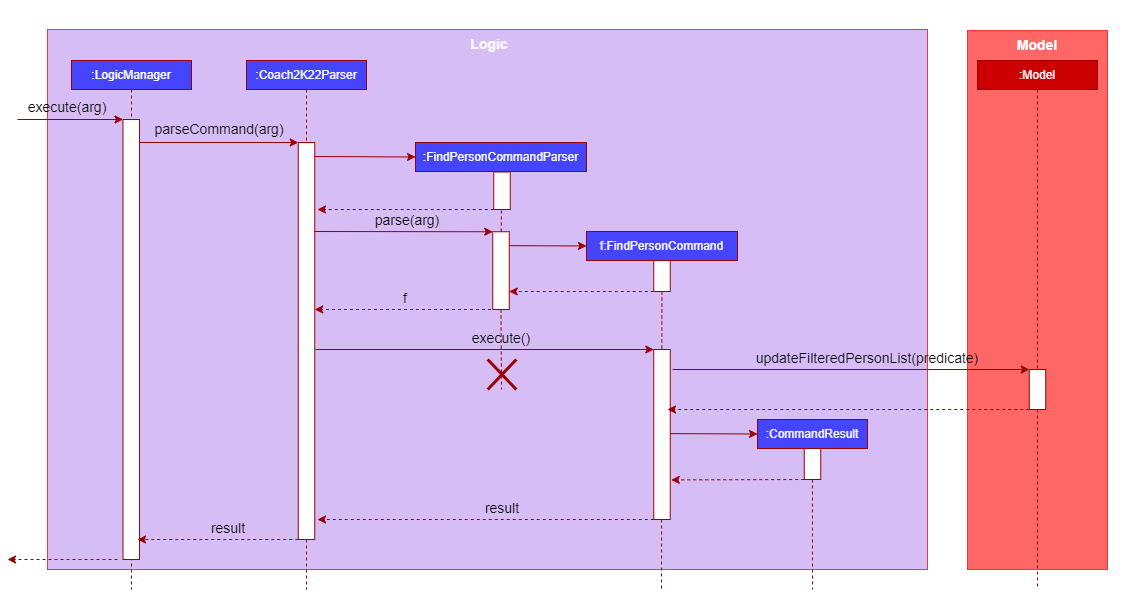
Above: docs/images/FindPersonSequenceDiagram.png in simjunheng/tp (draw.io), before the change. Source tidied: cells renumbered, new cells last; positions are measured from the earlier drawing's top-left corner, leaving out a move shared by most shapes. Source of this version:
```xml
<mxGraphModel>
  <root>
    <mxCell id="0" />
    <mxCell id="1" parent="0" />
    <mxCell id="2" style="rounded=0;whiteSpace=wrap;html=1;strokeColor=#FF3333;fillColor=#D7BDF5;" parent="1" vertex="1">
      <mxGeometry x="40" y="28" width="880" height="540" as="geometry" />
    </mxCell>
    <mxCell id="3" value="&lt;font color=&quot;#ffffff&quot;&gt;:LogicManager&lt;/font&gt;" style="rounded=0;whiteSpace=wrap;html=1;fillColor=#4545FF;strokeColor=#990000;" parent="1" vertex="1">
      <mxGeometry x="64" y="59" width="120" height="29" as="geometry" />
    </mxCell>
    <mxCell id="4" value="&lt;font color=&quot;#fafafa&quot;&gt;:Coach2K22Parser&lt;/font&gt;" style="rounded=0;whiteSpace=wrap;html=1;fillColor=#4545FF;strokeColor=#990000;" parent="1" vertex="1">
      <mxGeometry x="239" y="59" width="120" height="29" as="geometry" />
    </mxCell>
    <mxCell id="5" value="&lt;b&gt;&lt;font style=&quot;font-size: 14px&quot;&gt;Logic&lt;/font&gt;&lt;/b&gt;" style="text;html=1;strokeColor=none;fillColor=none;align=center;verticalAlign=middle;whiteSpace=wrap;rounded=0;fontColor=#FAFAFA;" parent="1" vertex="1">
      <mxGeometry x="451.5" y="28" width="60" height="30" as="geometry" />
    </mxCell>
    <mxCell id="6" style="endArrow=none;dashed=1;html=1;rounded=0;fontSize=14;fontColor=#FAFAFA;exitX=0.5;exitY=1;exitDx=0;exitDy=0;strokeColor=#990000;" parent="1" edge="1" source="3">
      <mxGeometry relative="1" as="geometry">
        <mxPoint x="124" y="588" as="targetPoint" />
      </mxGeometry>
    </mxCell>
    <mxCell id="7" style="rounded=0;whiteSpace=wrap;html=1;fontSize=14;fontColor=#FAFAFA;strokeColor=#990000;fillColor=#FFFFFF;" parent="1" vertex="1">
      <mxGeometry x="115.5" y="118" width="16.5" height="440" as="geometry" />
    </mxCell>
    <mxCell id="8" style="endArrow=classic;html=1;rounded=0;fontSize=14;fontColor=#FAFAFA;strokeColor=#990000;entryX=0;entryY=0;entryDx=0;entryDy=0;" parent="1" edge="1" target="7">
      <mxGeometry relative="1" as="geometry">
        <mxPoint x="10" y="118" as="sourcePoint" />
      </mxGeometry>
    </mxCell>
    <mxCell id="9" value="&lt;font color=&quot;#000000&quot;&gt;execute(arg)&lt;/font&gt;" style="text;html=1;strokeColor=none;fillColor=none;align=center;verticalAlign=middle;whiteSpace=wrap;rounded=0;fontSize=14;fontColor=#FAFAFA;" parent="1" vertex="1">
      <mxGeometry x="10" y="96" width="100" height="20" as="geometry" />
    </mxCell>
    <mxCell id="10" style="endArrow=none;dashed=1;html=1;rounded=0;fontSize=14;fontColor=#FAFAFA;exitX=0.5;exitY=1;exitDx=0;exitDy=0;strokeColor=#990000;" parent="1" edge="1" source="4">
      <mxGeometry relative="1" as="geometry">
        <mxPoint x="299" y="588" as="targetPoint" />
      </mxGeometry>
    </mxCell>
    <mxCell id="11" value="&lt;font color=&quot;#000000&quot;&gt;parseCommand(arg)&lt;/font&gt;" style="text;html=1;strokeColor=none;fillColor=none;align=center;verticalAlign=middle;whiteSpace=wrap;rounded=0;fontSize=14;fontColor=#FAFAFA;" parent="1" vertex="1">
      <mxGeometry x="137" y="117" width="150" height="22" as="geometry" />
    </mxCell>
    <mxCell id="12" style="endArrow=classic;html=1;rounded=0;fontSize=14;fontColor=#FAFAFA;strokeColor=#990000;entryX=0;entryY=0;entryDx=0;entryDy=0;" parent="1" edge="1" target="21">
      <mxGeometry relative="1" as="geometry">
        <mxPoint x="132" y="141" as="sourcePoint" />
      </mxGeometry>
    </mxCell>
    <mxCell id="13" value="&lt;font color=&quot;#fafafa&quot;&gt;:FindPersonCommandParser&lt;/font&gt;" style="rounded=0;whiteSpace=wrap;html=1;fillColor=#4545FF;strokeColor=#990000;" parent="1" vertex="1">
      <mxGeometry x="408" y="141" width="171" height="29" as="geometry" />
    </mxCell>
    <mxCell id="14" style="endArrow=classic;html=1;rounded=0;fontSize=14;fontColor=#FAFAFA;strokeColor=#990000;entryX=0;entryY=0.5;entryDx=0;entryDy=0;" parent="1" edge="1" target="13">
      <mxGeometry relative="1" as="geometry">
        <mxPoint x="307.2" y="155" as="sourcePoint" />
      </mxGeometry>
    </mxCell>
    <mxCell id="15" style="endArrow=classic;html=1;rounded=0;fontSize=14;fontColor=#FAFAFA;strokeColor=#990000;dashed=1;" parent="1" edge="1">
      <mxGeometry relative="1" as="geometry">
        <mxPoint x="486.2" y="208" as="sourcePoint" />
        <mxPoint x="310" y="208" as="targetPoint" />
      </mxGeometry>
    </mxCell>
    <mxCell id="16" style="endArrow=none;dashed=1;html=1;rounded=0;fontSize=14;fontColor=#FAFAFA;exitX=0.5;exitY=1;exitDx=0;exitDy=0;strokeColor=#990000;startArrow=none;" parent="1" edge="1" source="27">
      <mxGeometry relative="1" as="geometry">
        <mxPoint x="494" y="388" as="targetPoint" />
      </mxGeometry>
    </mxCell>
    <mxCell id="17" style="rounded=0;whiteSpace=wrap;html=1;strokeColor=#FF3333;fillColor=#FF6666;" parent="1" vertex="1">
      <mxGeometry x="960" y="29" width="140" height="539" as="geometry" />
    </mxCell>
    <mxCell id="18" value="&lt;font color=&quot;#ffffff&quot;&gt;:Model&lt;/font&gt;" style="rounded=0;whiteSpace=wrap;html=1;fillColor=#CC0000;strokeColor=#990000;" parent="1" vertex="1">
      <mxGeometry x="970" y="59" width="120" height="29" as="geometry" />
    </mxCell>
    <mxCell id="19" style="endArrow=none;dashed=1;html=1;rounded=0;fontSize=14;fontColor=#FAFAFA;strokeColor=#990000;startArrow=none;" parent="1" edge="1" source="38">
      <mxGeometry relative="1" as="geometry">
        <mxPoint x="1030" y="588" as="targetPoint" />
      </mxGeometry>
    </mxCell>
    <mxCell id="20" value="&lt;b&gt;&lt;font style=&quot;font-size: 14px&quot;&gt;Model&lt;/font&gt;&lt;/b&gt;" style="text;html=1;strokeColor=none;fillColor=none;align=center;verticalAlign=middle;whiteSpace=wrap;rounded=0;fontColor=#FAFAFA;" parent="1" vertex="1">
      <mxGeometry x="1000.2" y="29" width="60" height="30" as="geometry" />
    </mxCell>
    <mxCell id="21" style="rounded=0;whiteSpace=wrap;html=1;fontSize=14;fontColor=#FAFAFA;strokeColor=#990000;fillColor=#FFFFFF;" parent="1" vertex="1">
      <mxGeometry x="290.8" y="141" width="16.5" height="397" as="geometry" />
    </mxCell>
    <mxCell id="22" style="endArrow=classic;html=1;rounded=0;fontSize=14;fontColor=#FAFAFA;strokeColor=#990000;dashed=1;exitX=0;exitY=1;exitDx=0;exitDy=0;" parent="1" edge="1">
      <mxGeometry relative="1" as="geometry">
        <mxPoint x="110" y="558" as="sourcePoint" />
        <mxPoint y="558" as="targetPoint" />
      </mxGeometry>
    </mxCell>
    <mxCell id="23" value="&lt;font color=&quot;#000000&quot;&gt;parse(arg)&lt;/font&gt;" style="text;html=1;strokeColor=none;fillColor=none;align=center;verticalAlign=middle;whiteSpace=wrap;rounded=0;fontSize=14;fontColor=#FAFAFA;" parent="1" vertex="1">
      <mxGeometry x="330" y="208" width="140" height="22" as="geometry" />
    </mxCell>
    <mxCell id="24" value="&lt;font color=&quot;#fafafa&quot;&gt;f:FindPersonCommand&lt;/font&gt;" style="rounded=0;whiteSpace=wrap;html=1;fillColor=#4545FF;strokeColor=#990000;" parent="1" vertex="1">
      <mxGeometry x="579" y="230" width="151" height="29" as="geometry" />
    </mxCell>
    <mxCell id="25" style="rounded=0;whiteSpace=wrap;html=1;fontSize=14;fontColor=#FAFAFA;strokeColor=#990000;fillColor=#FFFFFF;" parent="1" vertex="1">
      <mxGeometry x="646.2" y="259" width="16.5" height="31" as="geometry" />
    </mxCell>
    <mxCell id="26" style="endArrow=classic;html=1;rounded=0;fontSize=14;fontColor=#FAFAFA;strokeColor=#990000;entryX=0;entryY=0.5;entryDx=0;entryDy=0;" parent="1" edge="1" target="24">
      <mxGeometry relative="1" as="geometry">
        <mxPoint x="501.8" y="244.1" as="sourcePoint" />
      </mxGeometry>
    </mxCell>
    <mxCell id="27" style="rounded=0;whiteSpace=wrap;html=1;fontSize=14;fontColor=#FAFAFA;strokeColor=#990000;fillColor=#FFFFFF;" parent="1" vertex="1">
      <mxGeometry x="485.2" y="230.2" width="16.5" height="77.8" as="geometry" />
    </mxCell>
    <mxCell id="28" style="endArrow=none;dashed=1;html=1;rounded=0;fontSize=14;fontColor=#FAFAFA;exitX=0.5;exitY=1;exitDx=0;exitDy=0;strokeColor=#990000;" parent="1" edge="1" target="27">
      <mxGeometry relative="1" as="geometry">
        <mxPoint x="494" y="197" as="sourcePoint" />
      </mxGeometry>
    </mxCell>
    <mxCell id="29" style="endArrow=classic;html=1;rounded=0;fontSize=14;fontColor=#FAFAFA;strokeColor=#990000;entryX=0;entryY=0;entryDx=0;entryDy=0;" parent="1" edge="1" target="27">
      <mxGeometry relative="1" as="geometry">
        <mxPoint x="307" y="230" as="sourcePoint" />
      </mxGeometry>
    </mxCell>
    <mxCell id="30" style="rounded=0;whiteSpace=wrap;html=1;fontSize=14;fontColor=#FAFAFA;strokeColor=#990000;fillColor=#FFFFFF;" parent="1" vertex="1">
      <mxGeometry x="486.2" y="170.5" width="16.5" height="37.5" as="geometry" />
    </mxCell>
    <mxCell id="31" style="endArrow=classic;html=1;rounded=0;fontSize=14;fontColor=#FAFAFA;strokeColor=#990000;dashed=1;" parent="1" edge="1">
      <mxGeometry relative="1" as="geometry">
        <mxPoint x="483.5" y="308" as="sourcePoint" />
        <mxPoint x="307.2" y="308" as="targetPoint" />
      </mxGeometry>
    </mxCell>
    <mxCell id="32" style="endArrow=classic;html=1;rounded=0;fontSize=14;fontColor=#FAFAFA;strokeColor=#990000;dashed=1;exitX=0;exitY=1;exitDx=0;exitDy=0;" parent="1" edge="1" source="25">
      <mxGeometry relative="1" as="geometry">
        <mxPoint x="501.8" y="290" as="targetPoint" />
      </mxGeometry>
    </mxCell>
    <mxCell id="33" value="&lt;font color=&quot;#000000&quot;&gt;f&lt;/font&gt;" style="text;html=1;strokeColor=none;fillColor=none;align=center;verticalAlign=middle;whiteSpace=wrap;rounded=0;fontSize=14;fontColor=#FAFAFA;" parent="1" vertex="1">
      <mxGeometry x="388" y="286" width="20" height="22" as="geometry" />
    </mxCell>
    <mxCell id="34" style="endArrow=none;dashed=1;html=1;rounded=0;fontSize=14;fontColor=#FAFAFA;exitX=0.5;exitY=1;exitDx=0;exitDy=0;strokeColor=#990000;" parent="1" edge="1">
      <mxGeometry relative="1" as="geometry">
        <mxPoint x="654.4" y="290" as="sourcePoint" />
        <mxPoint x="654" y="588" as="targetPoint" />
      </mxGeometry>
    </mxCell>
    <mxCell id="35" style="rounded=0;whiteSpace=wrap;html=1;fontSize=14;fontColor=#FAFAFA;strokeColor=#990000;fillColor=#FFFFFF;" parent="1" vertex="1">
      <mxGeometry x="646.2" y="348" width="16.5" height="170" as="geometry" />
    </mxCell>
    <mxCell id="36" style="endArrow=classic;html=1;rounded=0;fontSize=14;fontColor=#FAFAFA;strokeColor=#990000;entryX=0;entryY=0;entryDx=0;entryDy=0;" parent="1" edge="1" target="35">
      <mxGeometry relative="1" as="geometry">
        <mxPoint x="308" y="348" as="sourcePoint" />
      </mxGeometry>
    </mxCell>
    <mxCell id="37" value="&lt;font color=&quot;#000000&quot;&gt;execute()&lt;/font&gt;" style="text;html=1;strokeColor=none;fillColor=none;align=center;verticalAlign=middle;whiteSpace=wrap;rounded=0;fontSize=14;fontColor=#FAFAFA;" parent="1" vertex="1">
      <mxGeometry x="423.5" y="326" width="140" height="22" as="geometry" />
    </mxCell>
    <mxCell id="38" style="rounded=0;whiteSpace=wrap;html=1;fontSize=14;fontColor=#FAFAFA;strokeColor=#990000;fillColor=#FFFFFF;" parent="1" vertex="1">
      <mxGeometry x="1021.8" y="368" width="16.5" height="40" as="geometry" />
    </mxCell>
    <mxCell id="39" style="endArrow=none;dashed=1;html=1;rounded=0;fontSize=14;fontColor=#FAFAFA;strokeColor=#990000;" parent="1" edge="1" target="38">
      <mxGeometry relative="1" as="geometry">
        <mxPoint x="1030" y="88" as="sourcePoint" />
      </mxGeometry>
    </mxCell>
    <mxCell id="40" style="endArrow=classic;html=1;rounded=0;fontSize=14;fontColor=#FAFAFA;strokeColor=#990000;" parent="1" edge="1">
      <mxGeometry relative="1" as="geometry">
        <mxPoint x="665" y="368" as="sourcePoint" />
        <mxPoint x="1021.8" y="368" as="targetPoint" />
      </mxGeometry>
    </mxCell>
    <mxCell id="41" value="&lt;font color=&quot;#000000&quot;&gt;updateFilteredPersonList(predicate)&lt;/font&gt;" style="text;html=1;strokeColor=none;fillColor=none;align=center;verticalAlign=middle;whiteSpace=wrap;rounded=0;fontSize=14;fontColor=#FAFAFA;" parent="1" vertex="1">
      <mxGeometry x="730" y="346" width="260" height="22" as="geometry" />
    </mxCell>
    <mxCell id="42" style="endArrow=classic;html=1;rounded=0;fontSize=14;fontColor=#FAFAFA;strokeColor=#990000;dashed=1;exitX=0;exitY=1;exitDx=0;exitDy=0;" parent="1" edge="1">
      <mxGeometry relative="1" as="geometry">
        <mxPoint x="1021.8" y="408" as="sourcePoint" />
        <mxPoint x="660" y="408" as="targetPoint" />
      </mxGeometry>
    </mxCell>
    <mxCell id="43" value="&lt;font color=&quot;#fafafa&quot;&gt;:CommandResult&lt;/font&gt;" style="rounded=0;whiteSpace=wrap;html=1;fillColor=#4545FF;strokeColor=#990000;" parent="1" vertex="1">
      <mxGeometry x="750" y="418" width="110" height="29" as="geometry" />
    </mxCell>
    <mxCell id="44" style="rounded=0;whiteSpace=wrap;html=1;fontSize=14;fontColor=#FAFAFA;strokeColor=#990000;fillColor=#FFFFFF;" parent="1" vertex="1">
      <mxGeometry x="796.8" y="447" width="16.5" height="31" as="geometry" />
    </mxCell>
    <mxCell id="45" style="endArrow=classic;html=1;rounded=0;fontSize=14;fontColor=#FAFAFA;strokeColor=#990000;entryX=0;entryY=0.5;entryDx=0;entryDy=0;" parent="1" edge="1" target="43">
      <mxGeometry relative="1" as="geometry">
        <mxPoint x="662.8" y="432.1" as="sourcePoint" />
      </mxGeometry>
    </mxCell>
    <mxCell id="46" style="endArrow=classic;html=1;rounded=0;fontSize=14;fontColor=#FAFAFA;strokeColor=#990000;dashed=1;exitX=0;exitY=1;exitDx=0;exitDy=0;entryX=1.061;entryY=0.767;entryDx=0;entryDy=0;entryPerimeter=0;" parent="1" edge="1" source="44" target="35">
      <mxGeometry relative="1" as="geometry" />
    </mxCell>
    <mxCell id="47" style="endArrow=classic;html=1;rounded=0;fontSize=14;fontColor=#FAFAFA;strokeColor=#990000;dashed=1;exitX=0;exitY=1;exitDx=0;exitDy=0;" parent="1" edge="1">
      <mxGeometry relative="1" as="geometry">
        <mxPoint x="646.2" y="518" as="sourcePoint" />
        <mxPoint x="310" y="518" as="targetPoint" />
      </mxGeometry>
    </mxCell>
    <mxCell id="48" value="&lt;font color=&quot;#000000&quot;&gt;result&lt;/font&gt;" style="text;html=1;strokeColor=none;fillColor=none;align=center;verticalAlign=middle;whiteSpace=wrap;rounded=0;fontSize=14;fontColor=#FAFAFA;" parent="1" vertex="1">
      <mxGeometry x="424.5" y="496" width="140" height="22" as="geometry" />
    </mxCell>
    <mxCell id="49" style="endArrow=none;html=1;rounded=0;fontSize=14;fontColor=#000000;strokeColor=#990000;strokeWidth=3;" parent="1" edge="1">
      <mxGeometry relative="1" as="geometry">
        <mxPoint x="480.2" y="388" as="sourcePoint" />
        <mxPoint x="508.8" y="358" as="targetPoint" />
      </mxGeometry>
    </mxCell>
    <mxCell id="50" style="endArrow=none;html=1;rounded=0;fontSize=14;fontColor=#000000;strokeColor=#990000;strokeWidth=3;" parent="1" edge="1">
      <mxGeometry relative="1" as="geometry">
        <mxPoint x="480.2" y="358" as="sourcePoint" />
        <mxPoint x="508.8" y="388" as="targetPoint" />
      </mxGeometry>
    </mxCell>
    <mxCell id="51" style="endArrow=classic;html=1;rounded=0;fontSize=14;fontColor=#FAFAFA;strokeColor=#990000;dashed=1;exitX=0;exitY=1;exitDx=0;exitDy=0;" parent="1" edge="1">
      <mxGeometry relative="1" as="geometry">
        <mxPoint x="290.8" y="538" as="sourcePoint" />
        <mxPoint x="130" y="538" as="targetPoint" />
      </mxGeometry>
    </mxCell>
    <mxCell id="52" value="&lt;font color=&quot;#000000&quot;&gt;result&lt;/font&gt;" style="text;html=1;strokeColor=none;fillColor=none;align=center;verticalAlign=middle;whiteSpace=wrap;rounded=0;fontSize=14;fontColor=#FAFAFA;" parent="1" vertex="1">
      <mxGeometry x="150.8" y="516" width="140" height="22" as="geometry" />
    </mxCell>
    <mxCell id="53" style="endArrow=none;dashed=1;html=1;dashPattern=1 3;strokeWidth=2;rounded=0;fontSize=14;fontColor=#000000;" parent="1" edge="1">
      <mxGeometry relative="1" as="geometry">
        <mxPoint x="1130" y="408" as="sourcePoint" />
        <mxPoint x="1130" y="408" as="targetPoint" />
        <Array as="points">
          <mxPoint x="1130" y="408" />
        </Array>
      </mxGeometry>
    </mxCell>
    <mxCell id="54" style="endArrow=none;dashed=1;html=1;dashPattern=1 3;strokeWidth=2;rounded=0;fontSize=14;fontColor=#000000;" parent="1" edge="1">
      <mxGeometry relative="1" as="geometry">
        <mxPoint x="680" as="sourcePoint" />
        <mxPoint x="680" as="targetPoint" />
      </mxGeometry>
    </mxCell>
    <mxCell id="55" style="endArrow=none;dashed=1;html=1;rounded=0;fontSize=14;fontColor=#FAFAFA;exitX=0.5;exitY=1;exitDx=0;exitDy=0;strokeColor=#990000;" parent="1" edge="1">
      <mxGeometry relative="1" as="geometry">
        <mxPoint x="804.9" y="478" as="sourcePoint" />
        <mxPoint x="805" y="588" as="targetPoint" />
      </mxGeometry>
    </mxCell>
  </root>
</mxGraphModel>
```
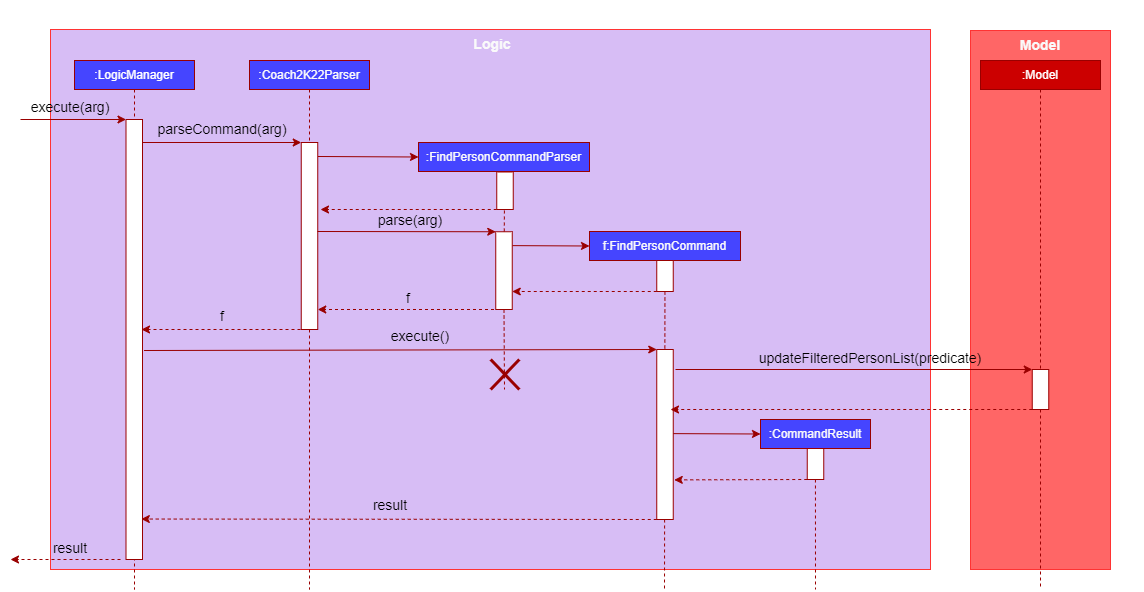
After the change.

Commit message:
Update find person sequence diagram

What changed in the source:
```diff
@@ -77,7 +77,7 @@
       <mxGeometry x="1000.2" y="29" width="60" height="30" as="geometry" />
     </mxCell>
     <mxCell id="21" style="rounded=0;whiteSpace=wrap;html=1;fontSize=14;fontColor=#FAFAFA;strokeColor=#990000;fillColor=#FFFFFF;" parent="1" vertex="1">
-      <mxGeometry x="290.8" y="141" width="16.5" height="397" as="geometry" />
+      <mxGeometry x="290.8" y="141" width="16.5" height="187" as="geometry" />
     </mxCell>
     <mxCell id="22" style="endArrow=classic;html=1;rounded=0;fontSize=14;fontColor=#FAFAFA;strokeColor=#990000;dashed=1;exitX=0;exitY=1;exitDx=0;exitDy=0;" parent="1" edge="1">
       <mxGeometry relative="1" as="geometry">
@@ -138,13 +138,11 @@
     <mxCell id="35" style="rounded=0;whiteSpace=wrap;html=1;fontSize=14;fontColor=#FAFAFA;strokeColor=#990000;fillColor=#FFFFFF;" parent="1" vertex="1">
       <mxGeometry x="646.2" y="348" width="16.5" height="170" as="geometry" />
     </mxCell>
-    <mxCell id="36" style="endArrow=classic;html=1;rounded=0;fontSize=14;fontColor=#FAFAFA;strokeColor=#990000;entryX=0;entryY=0;entryDx=0;entryDy=0;" parent="1" edge="1" target="35">
-      <mxGeometry relative="1" as="geometry">
-        <mxPoint x="308" y="348" as="sourcePoint" />
-      </mxGeometry>
+    <mxCell id="36" style="endArrow=classic;html=1;rounded=0;fontSize=14;fontColor=#FAFAFA;strokeColor=#990000;entryX=0;entryY=0;entryDx=0;entryDy=0;exitX=1.093;exitY=0.525;exitDx=0;exitDy=0;exitPerimeter=0;" parent="1" edge="1" source="7" target="35">
+      <mxGeometry relative="1" as="geometry" />
     </mxCell>
     <mxCell id="37" value="&lt;font color=&quot;#000000&quot;&gt;execute()&lt;/font&gt;" style="text;html=1;strokeColor=none;fillColor=none;align=center;verticalAlign=middle;whiteSpace=wrap;rounded=0;fontSize=14;fontColor=#FAFAFA;" parent="1" vertex="1">
-      <mxGeometry x="423.5" y="326" width="140" height="22" as="geometry" />
+      <mxGeometry x="340" y="324" width="140" height="22" as="geometry" />
     </mxCell>
     <mxCell id="38" style="rounded=0;whiteSpace=wrap;html=1;fontSize=14;fontColor=#FAFAFA;strokeColor=#990000;fillColor=#FFFFFF;" parent="1" vertex="1">
       <mxGeometry x="1021.8" y="368" width="16.5" height="40" as="geometry" />
@@ -183,14 +181,13 @@
     <mxCell id="46" style="endArrow=classic;html=1;rounded=0;fontSize=14;fontColor=#FAFAFA;strokeColor=#990000;dashed=1;exitX=0;exitY=1;exitDx=0;exitDy=0;entryX=1.061;entryY=0.767;entryDx=0;entryDy=0;entryPerimeter=0;" parent="1" edge="1" source="44" target="35">
       <mxGeometry relative="1" as="geometry" />
     </mxCell>
-    <mxCell id="47" style="endArrow=classic;html=1;rounded=0;fontSize=14;fontColor=#FAFAFA;strokeColor=#990000;dashed=1;exitX=0;exitY=1;exitDx=0;exitDy=0;" parent="1" edge="1">
+    <mxCell id="47" style="endArrow=classic;html=1;rounded=0;fontSize=14;fontColor=#FAFAFA;strokeColor=#990000;dashed=1;exitX=0;exitY=1;exitDx=0;exitDy=0;entryX=0.928;entryY=0.908;entryDx=0;entryDy=0;entryPerimeter=0;" parent="1" edge="1" target="7">
       <mxGeometry relative="1" as="geometry">
         <mxPoint x="646.2" y="518" as="sourcePoint" />
-        <mxPoint x="310" y="518" as="targetPoint" />
       </mxGeometry>
     </mxCell>
     <mxCell id="48" value="&lt;font color=&quot;#000000&quot;&gt;result&lt;/font&gt;" style="text;html=1;strokeColor=none;fillColor=none;align=center;verticalAlign=middle;whiteSpace=wrap;rounded=0;fontSize=14;fontColor=#FAFAFA;" parent="1" vertex="1">
-      <mxGeometry x="424.5" y="496" width="140" height="22" as="geometry" />
+      <mxGeometry x="310" y="493" width="140" height="22" as="geometry" />
     </mxCell>
     <mxCell id="49" style="endArrow=none;html=1;rounded=0;fontSize=14;fontColor=#000000;strokeColor=#990000;strokeWidth=3;" parent="1" edge="1">
       <mxGeometry relative="1" as="geometry">
@@ -204,15 +201,6 @@
         <mxPoint x="508.8" y="388" as="targetPoint" />
       </mxGeometry>
     </mxCell>
-    <mxCell id="51" style="endArrow=classic;html=1;rounded=0;fontSize=14;fontColor=#FAFAFA;strokeColor=#990000;dashed=1;exitX=0;exitY=1;exitDx=0;exitDy=0;" parent="1" edge="1">
-      <mxGeometry relative="1" as="geometry">
-        <mxPoint x="290.8" y="538" as="sourcePoint" />
-        <mxPoint x="130" y="538" as="targetPoint" />
-      </mxGeometry>
-    </mxCell>
-    <mxCell id="52" value="&lt;font color=&quot;#000000&quot;&gt;result&lt;/font&gt;" style="text;html=1;strokeColor=none;fillColor=none;align=center;verticalAlign=middle;whiteSpace=wrap;rounded=0;fontSize=14;fontColor=#FAFAFA;" parent="1" vertex="1">
-      <mxGeometry x="150.8" y="516" width="140" height="22" as="geometry" />
-    </mxCell>
     <mxCell id="53" style="endArrow=none;dashed=1;html=1;dashPattern=1 3;strokeWidth=2;rounded=0;fontSize=14;fontColor=#000000;" parent="1" edge="1">
       <mxGeometry relative="1" as="geometry">
         <mxPoint x="1130" y="408" as="sourcePoint" />
@@ -234,5 +222,17 @@
         <mxPoint x="805" y="588" as="targetPoint" />
       </mxGeometry>
     </mxCell>
+    <mxCell id="56" style="endArrow=classic;html=1;rounded=0;fontSize=14;fontColor=#FAFAFA;strokeColor=#990000;dashed=1;" parent="1" edge="1">
+      <mxGeometry relative="1" as="geometry">
+        <mxPoint x="290" y="328" as="sourcePoint" />
+        <mxPoint x="131" y="328" as="targetPoint" />
+      </mxGeometry>
+    </mxCell>
+    <mxCell id="57" value="&lt;font color=&quot;#000000&quot;&gt;f&lt;/font&gt;" style="text;html=1;strokeColor=none;fillColor=none;align=center;verticalAlign=middle;whiteSpace=wrap;rounded=0;fontSize=14;fontColor=#FAFAFA;" parent="1" vertex="1">
+      <mxGeometry x="202" y="304" width="20" height="22" as="geometry" />
+    </mxCell>
+    <mxCell id="52" value="&lt;font color=&quot;#000000&quot;&gt;result&lt;/font&gt;" style="text;html=1;strokeColor=none;fillColor=none;align=center;verticalAlign=middle;whiteSpace=wrap;rounded=0;fontSize=14;fontColor=#FAFAFA;" parent="1" vertex="1">
+      <mxGeometry x="-10" y="536" width="140" height="22" as="geometry" />
+    </mxCell>
   </root>
 </mxGraphModel>
```
